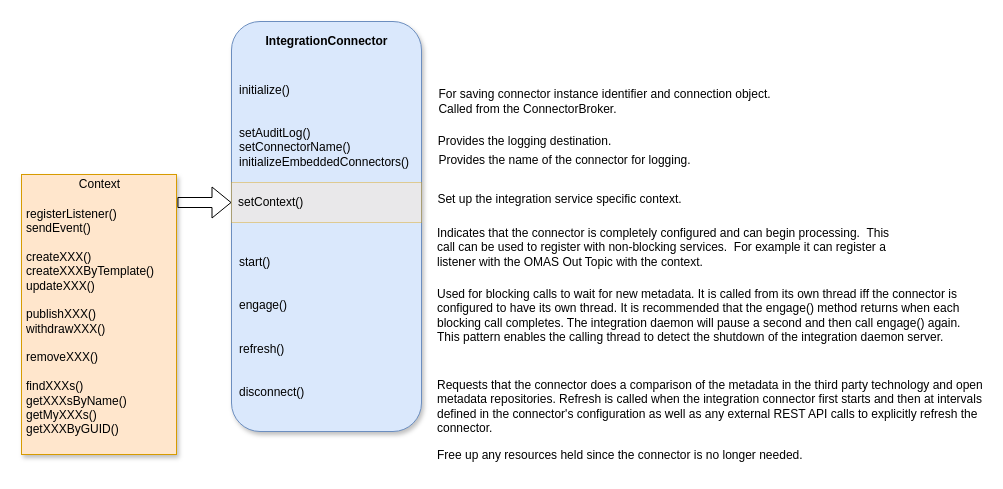
odpi/egeria-docs keeps this draw.io diagram as page "integration-connector" (1 of 4) of site/docs/guides/developer/integration-connectors/integration-connector.drawio. Above is the earlier version. Source tidied: cells renumbered, new cells numbered last; positions are measured from the earlier drawing's top-left corner, leaving out a move shared by most shapes. Both pictures are drawn from the tidied source at 100%, with x=0, y=0 at pixel (21, 21).
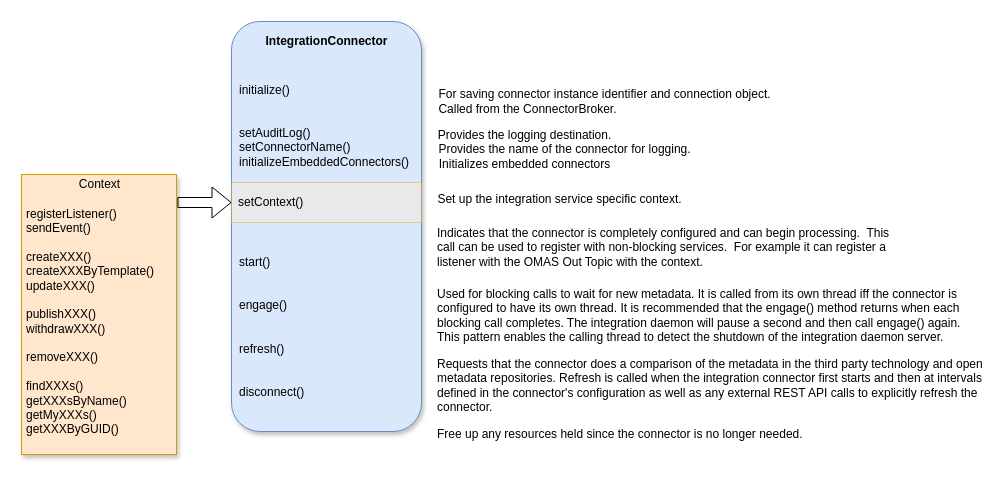
Above is the later version.

Change to the diagram source:
```diff
@@
 <mxGraphModel>
   <root>
     <mxCell id="0" />
     <mxCell id="1" parent="0" />
     <mxCell id="2" value="&lt;br&gt;&lt;br&gt;initialize()&lt;br&gt;&lt;br&gt;&lt;br&gt;setAuditLog()&lt;br&gt;setConnectorName()&lt;br&gt;initializeEmbeddedConnectors()&lt;br&gt;&lt;br&gt;&lt;br&gt;&lt;br&gt;&lt;br&gt;&lt;br&gt;&lt;br&gt;start()&lt;br&gt;&lt;br&gt;&lt;br&gt;engage()&lt;br&gt;&lt;br&gt;&lt;br&gt;refresh()&lt;br&gt;&lt;br&gt;&lt;br&gt;disconnect()" style="rounded=1;whiteSpace=wrap;html=1;align=left;perimeterSpacing=0;spacingLeft=6;fillColor=#dae8fc;strokeColor=#6c8ebf;shadow=1;" parent="1" vertex="1">
       <mxGeometry x="210" width="190" height="410" as="geometry" />
     </mxCell>
     <mxCell id="3" value="&lt;b&gt;IntegrationConnector&lt;/b&gt;" style="text;html=1;align=center;verticalAlign=middle;" parent="1" vertex="1">
       <mxGeometry x="235" y="10" width="140" height="20" as="geometry" />
     </mxCell>
     <mxCell id="4" value="Indicates that the connector is completely configured and can begin processing.&amp;nbsp; This call can be used to register with non-blocking services.&amp;nbsp; For example it can register a listener with the OMAS Out Topic with the context." style="text;whiteSpace=wrap;html=1;" parent="1" vertex="1">
       <mxGeometry x="414" y="198" width="470" height="40" as="geometry" />
     </mxCell>
     <mxCell id="5" value="For saving connector instance identifier and connection object.&lt;br&gt;&lt;div style=&quot;text-align: left&quot;&gt;&lt;span&gt;Called from the ConnectorBroker.&lt;/span&gt;&lt;/div&gt;" style="text;html=1;align=center;verticalAlign=middle;" parent="1" vertex="1">
       <mxGeometry x="408" y="65" width="350" height="30" as="geometry" />
     </mxCell>
     <mxCell id="6" value="Provides the logging destination." style="text;html=1;align=center;verticalAlign=middle;" parent="1" vertex="1">
-      <mxGeometry x="408" y="110" width="190" height="20" as="geometry" />
+      <mxGeometry x="408" y="104" width="190" height="20" as="geometry" />
     </mxCell>
     <mxCell id="7" value="Provides the name of the connector for logging." style="text;html=1;align=center;verticalAlign=middle;" parent="1" vertex="1">
-      <mxGeometry x="408" y="129" width="270" height="20" as="geometry" />
+      <mxGeometry x="408" y="118" width="270" height="20" as="geometry" />
     </mxCell>
     <mxCell id="8" value="Used for blocking calls to wait for new metadata.  It is called from its own thread iff the connector is configured to have its own thread.  It is recommended that the engage() method returns when each blocking call completes.  The integration daemon will pause a second and then call engage() again.  This pattern enables the calling thread to detect the shutdown of the integration daemon server." style="text;whiteSpace=wrap;html=1;" parent="1" vertex="1">
       <mxGeometry x="414" y="259" width="550" height="70" as="geometry" />
     </mxCell>
     <mxCell id="9" value="Free up any resources held since the connector is no longer needed." style="text;whiteSpace=wrap;html=1;" parent="1" vertex="1">
-      <mxGeometry x="414" y="420" width="400" height="30" as="geometry" />
+      <mxGeometry x="414" y="399" width="400" height="30" as="geometry" />
     </mxCell>
     <mxCell id="10" value="Requests that the connector does a comparison of the metadata in the third party technology and open metadata repositories. Refresh is called when the integration connector first starts and then at intervals defined in the connector's configuration as well as any external REST API calls to explicitly refresh the connector." style="text;whiteSpace=wrap;html=1;" parent="1" vertex="1">
-      <mxGeometry x="414" y="350" width="550" height="70" as="geometry" />
+      <mxGeometry x="414" y="329" width="550" height="70" as="geometry" />
     </mxCell>
     <mxCell id="11" value="Set up the integration service specific context." style="text;html=1;align=center;verticalAlign=middle;" parent="1" vertex="1">
       <mxGeometry x="408" y="168" width="260" height="20" as="geometry" />
     </mxCell>
     <mxCell id="12" value="setContext()" style="rounded=0;whiteSpace=wrap;html=1;fillColor=#ffe6cc;strokeColor=#d79b00;opacity=40;align=left;spacingLeft=5;" parent="1" vertex="1">
       <mxGeometry x="210" y="161" width="190" height="40" as="geometry" />
     </mxCell>
     <mxCell id="13" value="&lt;br&gt;registerListener()&lt;br&gt;sendEvent()&lt;br&gt;&lt;br&gt;createXXX()&lt;br&gt;createXXXByTemplate()&lt;br&gt;updateXXX()&lt;br&gt;&lt;br&gt;publishXXX()&lt;br&gt;withdrawXXX()&lt;br&gt;&lt;br&gt;removeXXX()&lt;br&gt;&lt;br&gt;findXXXs()&lt;br&gt;getXXXsByName()&lt;br&gt;getMyXXXs()&lt;br&gt;getXXXByGUID()" style="whiteSpace=wrap;html=1;align=left;fillColor=#ffe6cc;strokeColor=#d79b00;spacingLeft=3;shadow=1;" parent="1" vertex="1">
       <mxGeometry y="153" width="155" height="280" as="geometry" />
     </mxCell>
     <mxCell id="14" value="Context" style="text;html=1;align=center;verticalAlign=middle;" parent="1" vertex="1">
       <mxGeometry x="47.5" y="153" width="60" height="20" as="geometry" />
     </mxCell>
     <mxCell id="15" style="shape=flexArrow;endArrow=classic;html=1;exitX=1.006;exitY=0.1;exitDx=0;exitDy=0;exitPerimeter=0;entryX=0;entryY=0.5;entryDx=0;entryDy=0;" parent="1" edge="1" source="13" target="12">
       <mxGeometry relative="1" as="geometry" />
     </mxCell>
+    <mxCell id="16" value="Initializes embedded connectors" style="text;html=1;align=center;verticalAlign=middle;" parent="1" vertex="1">
+      <mxGeometry x="408" y="133" width="190" height="20" as="geometry" />
+    </mxCell>
   </root>
 </mxGraphModel>
```
